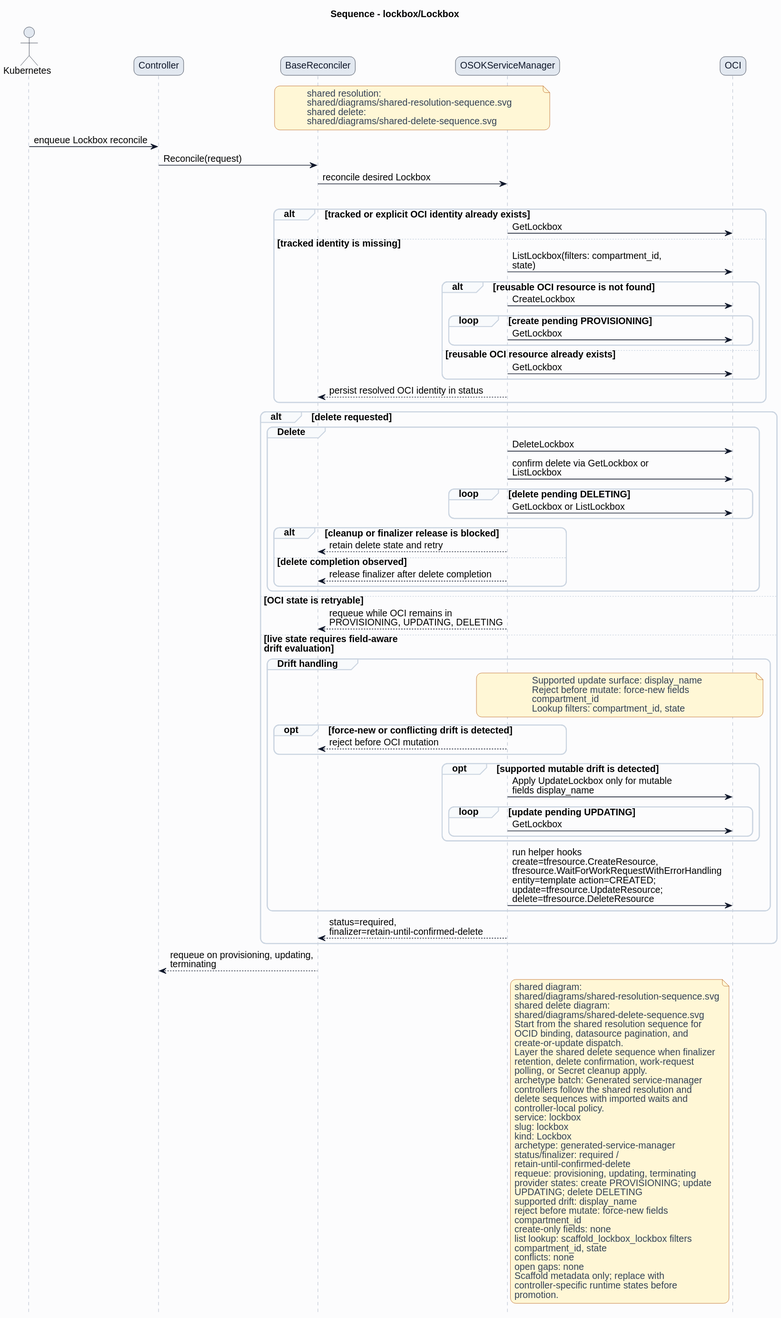
The PlantUML diagram formal/controllers/lockbox/lockbox/diagrams/sequence.svg in HaoyL666/oci-service-operator, before a commit. Source of this version:
```plantuml
@startuml
skinparam shadowing false
skinparam backgroundColor #fcfcfd
skinparam defaultFontName Helvetica
skinparam defaultFontSize 14
skinparam arrowColor #0f172a
skinparam noteBackgroundColor #fff7d6
skinparam noteBorderColor #b45309
skinparam noteFontColor #334155
skinparam roundcorner 16
title Sequence - lockbox/Lockbox
hide footbox
skinparam sequence {
  actorBorderColor #0f172a
  actorBackgroundColor #e2e8f0
  participantBorderColor #0f172a
  participantBackgroundColor #e2e8f0
  participantFontColor #0f172a
  lifeLineBorderColor #94a3b8
  groupBorderColor #cbd5e1
  groupBackgroundColor #f8fafc
}
actor Kubernetes
participant Controller
participant BaseReconciler
participant "OSOKServiceManager" as ServiceManager
participant OCI
note over BaseReconciler,ServiceManager
shared resolution:
shared/diagrams/shared-resolution-sequence.svg
shared delete:
shared/diagrams/shared-delete-sequence.svg
end note
Kubernetes -> Controller: enqueue Lockbox reconcile
Controller -> BaseReconciler: Reconcile(request)
BaseReconciler -> ServiceManager: reconcile desired Lockbox
group Lookup and bind
alt tracked or explicit OCI identity already exists
ServiceManager -> OCI: GetLockbox
else tracked identity is missing
ServiceManager -> OCI: ListLockbox(filters: compartment_id,\nstate)
alt reusable OCI resource is not found
ServiceManager -> OCI: CreateLockbox
loop create pending PROVISIONING
ServiceManager -> OCI: GetLockbox
end
else reusable OCI resource already exists
ServiceManager -> OCI: GetLockbox
end
ServiceManager --> BaseReconciler: persist resolved OCI identity in status
end
alt delete requested
group Delete
ServiceManager -> OCI: DeleteLockbox
ServiceManager -> OCI: confirm delete via GetLockbox or\nListLockbox
loop delete pending DELETING
ServiceManager -> OCI: GetLockbox or ListLockbox
end
alt cleanup or finalizer release is blocked
ServiceManager --> BaseReconciler: retain delete state and retry
else delete completion observed
ServiceManager --> BaseReconciler: release finalizer after delete completion
end
end
else OCI state is retryable
ServiceManager --> BaseReconciler: requeue while OCI remains in\nPROVISIONING, UPDATING, DELETING
else live state requires field-aware\ndrift evaluation
group Drift handling
note over ServiceManager,OCI
Supported update surface: display_name
Reject before mutate: force-new fields
compartment_id
Lookup filters: compartment_id, state
end note
opt force-new or conflicting drift is detected
ServiceManager --> BaseReconciler: reject before OCI mutation
end
opt supported mutable drift is detected
ServiceManager -> OCI: Apply UpdateLockbox only for mutable\nfields display_name
loop update pending UPDATING
ServiceManager -> OCI: GetLockbox
end
end
ServiceManager -> OCI: run helper hooks\ncreate=tfresource.CreateResource,\ntfresource.WaitForWorkRequestWithErrorHandling\nentity=template action=CREATED;\nupdate=tfresource.UpdateResource;\ndelete=tfresource.DeleteResource
end
ServiceManager --> BaseReconciler: status=required,\nfinalizer=retain-until-confirmed-delete
end
BaseReconciler --> Controller: requeue on provisioning, updating,\nterminating
note right of ServiceManager
shared diagram:
shared/diagrams/shared-resolution-sequence.svg
shared delete diagram:
shared/diagrams/shared-delete-sequence.svg
Start from the shared resolution sequence for
OCID binding, datasource pagination, and
create-or-update dispatch.
Layer the shared delete sequence when finalizer
retention, delete confirmation, work-request
polling, or Secret cleanup apply.
archetype batch: Generated service-manager
controllers follow the shared resolution and
delete sequences with imported waits and
controller-local policy.
service: lockbox
slug: lockbox
kind: Lockbox
archetype: generated-service-manager
status/finalizer: required /
retain-until-confirmed-delete
requeue: provisioning, updating, terminating
provider states: create PROVISIONING; update
UPDATING; delete DELETING
supported drift: display_name
reject before mutate: force-new fields
compartment_id
create-only fields: none
list lookup: scaffold_lockbox_lockbox filters
compartment_id, state
conflicts: none
open gaps: none
Scaffold metadata only; replace with
controller-specific runtime states before
promotion.
end note
@enduml
```
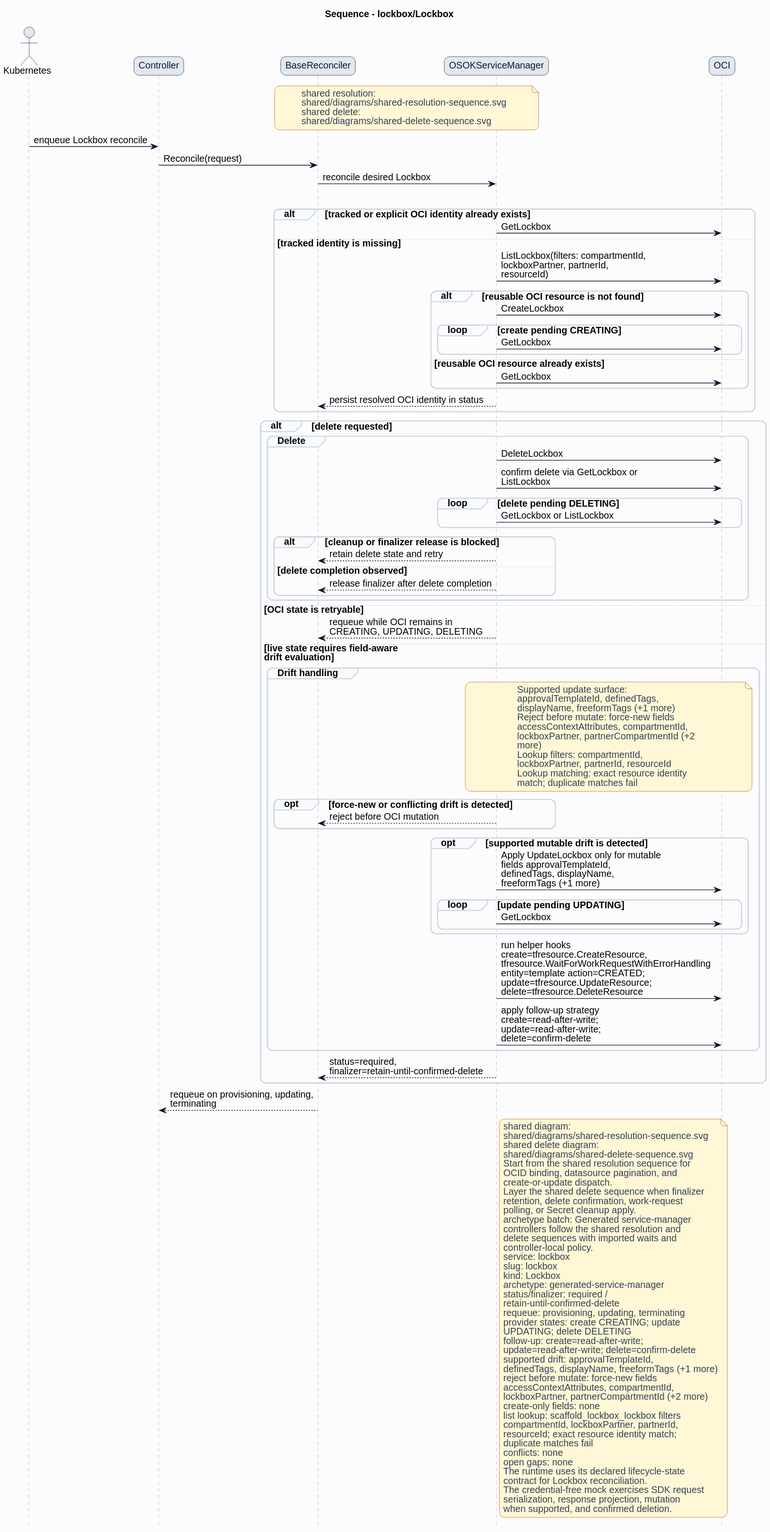
Above is the later version.

Diff of the diagram source:
```diff
@@ -38,10 +38,10 @@
 alt tracked or explicit OCI identity already exists
 ServiceManager -> OCI: GetLockbox
 else tracked identity is missing
-ServiceManager -> OCI: ListLockbox(filters: compartment_id,\nstate)
+ServiceManager -> OCI: ListLockbox(filters: compartmentId,\nlockboxPartner, partnerId,\nresourceId)
 alt reusable OCI resource is not found
 ServiceManager -> OCI: CreateLockbox
-loop create pending PROVISIONING
+loop create pending CREATING
 ServiceManager -> OCI: GetLockbox
 end
 else reusable OCI resource already exists
@@ -63,25 +63,33 @@
 end
 end
 else OCI state is retryable
-ServiceManager --> BaseReconciler: requeue while OCI remains in\nPROVISIONING, UPDATING, DELETING
+ServiceManager --> BaseReconciler: requeue while OCI remains in\nCREATING, UPDATING, DELETING
 else live state requires field-aware\ndrift evaluation
 group Drift handling
 note over ServiceManager,OCI
-Supported update surface: display_name
+Supported update surface:
+approvalTemplateId, definedTags,
+displayName, freeformTags (+1 more)
 Reject before mutate: force-new fields
-compartment_id
-Lookup filters: compartment_id, state
+accessContextAttributes, compartmentId,
+lockboxPartner, partnerCompartmentId (+2
+more)
+Lookup filters: compartmentId,
+lockboxPartner, partnerId, resourceId
+Lookup matching: exact resource identity
+match; duplicate matches fail
 end note
 opt force-new or conflicting drift is detected
 ServiceManager --> BaseReconciler: reject before OCI mutation
 end
 opt supported mutable drift is detected
-ServiceManager -> OCI: Apply UpdateLockbox only for mutable\nfields display_name
+ServiceManager -> OCI: Apply UpdateLockbox only for mutable\nfields approvalTemplateId,\ndefinedTags, displayName,\nfreeformTags (+1 more)
 loop update pending UPDATING
 ServiceManager -> OCI: GetLockbox
 end
 end
 ServiceManager -> OCI: run helper hooks\ncreate=tfresource.CreateResource,\ntfresource.WaitForWorkRequestWithErrorHandling\nentity=template action=CREATED;\nupdate=tfresource.UpdateResource;\ndelete=tfresource.DeleteResource
+ServiceManager -> OCI: apply follow-up strategy\ncreate=read-after-write;\nupdate=read-after-write;\ndelete=confirm-delete
 end
 ServiceManager --> BaseReconciler: status=required,\nfinalizer=retain-until-confirmed-delete
 end
@@ -108,18 +116,26 @@
 status/finalizer: required /
 retain-until-confirmed-delete
 requeue: provisioning, updating, terminating
-provider states: create PROVISIONING; update
+provider states: create CREATING; update
 UPDATING; delete DELETING
-supported drift: display_name
+follow-up: create=read-after-write;
+update=read-after-write; delete=confirm-delete
+supported drift: approvalTemplateId,
+definedTags, displayName, freeformTags (+1 more)
 reject before mutate: force-new fields
-compartment_id
+accessContextAttributes, compartmentId,
+lockboxPartner, partnerCompartmentId (+2 more)
 create-only fields: none
 list lookup: scaffold_lockbox_lockbox filters
-compartment_id, state
+compartmentId, lockboxPartner, partnerId,
+resourceId; exact resource identity match;
+duplicate matches fail
 conflicts: none
 open gaps: none
-Scaffold metadata only; replace with
-controller-specific runtime states before
-promotion.
+The runtime uses its declared lifecycle-state
+contract for Lockbox reconciliation.
+The credential-free mock exercises SDK request
+serialization, response projection, mutation
+when supported, and confirmed deletion.
 end note
 @enduml
```
